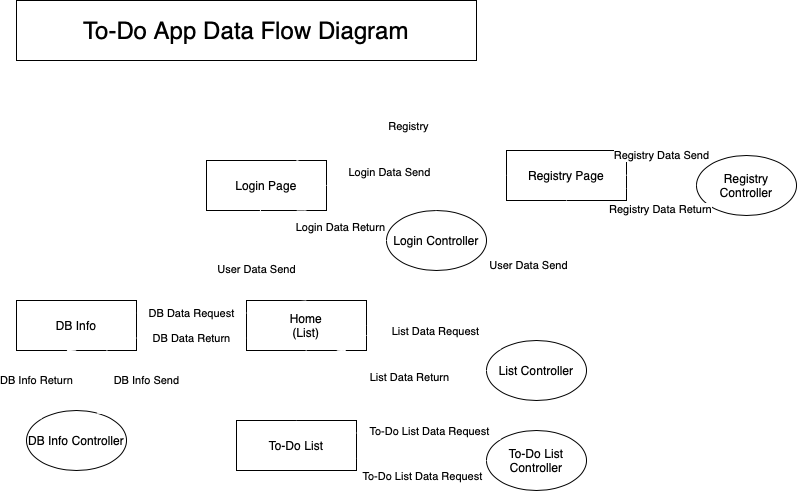
Before: design/To-Do App Data Flow Diagram.png, a diagram exported from draw.io (imaneya/clush-todo-backend). Source tidied: cells renumbered, new cells last; positions are measured from the earlier drawing's top-left corner, leaving out a move shared by most shapes.
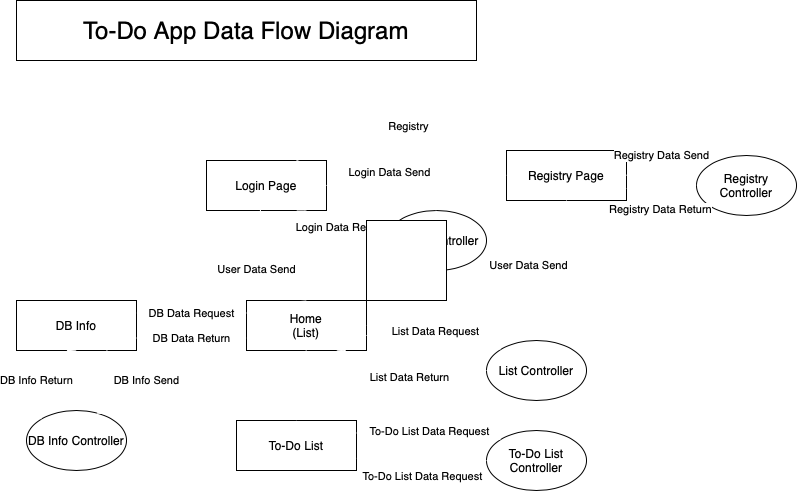
Later version of the same file.

The edit, as a diff of the source:
```diff
@@ -143,5 +143,8 @@
         </Array>
       </mxGeometry>
     </mxCell>
+    <mxCell id="30" style="whiteSpace=wrap;html=1;" parent="1" vertex="1">
+      <mxGeometry x="350" y="220" width="80" height="80" as="geometry" />
+    </mxCell>
   </root>
 </mxGraphModel>
```
